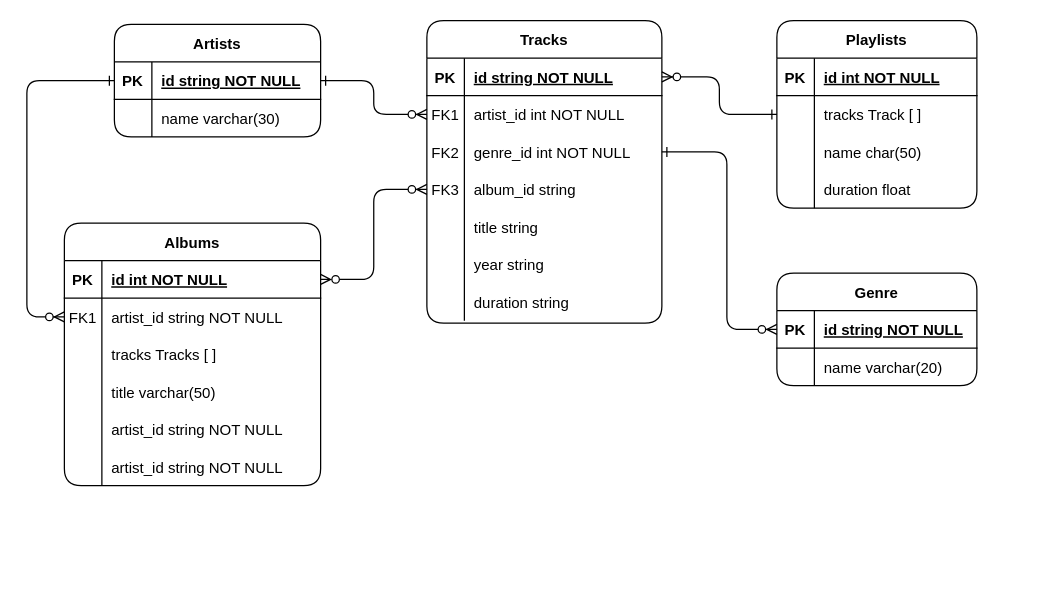
The draw.io diagram docs/erd.drawio in thuongtruong109/soundlib, before the edit. Source tidied: cells renumbered, new cells numbered last; positions are measured from the earlier drawing's top-left corner, leaving out a move shared by most shapes. Both pictures are drawn from the tidied source at 125%, with x=0, y=0 at pixel (26, 20).
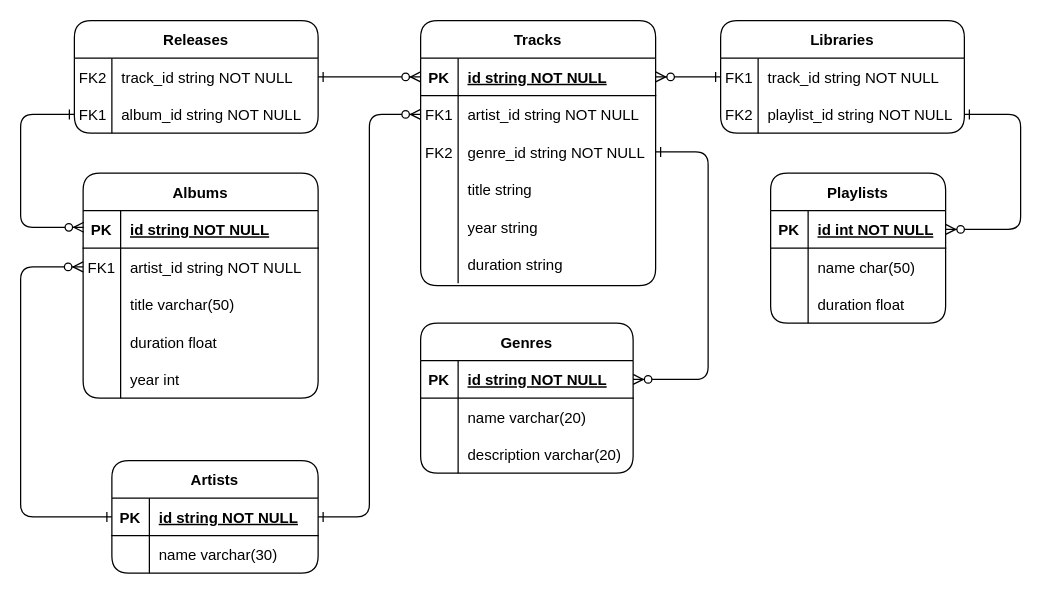
Above is the later version.

Commit message (it also covers changes not shown here):
feat: create genre & get genres

The change refers to these unchanged cells:
```xml
<mxCell id="5" style="shape=partialRectangle;fillColor=none;points=[[0,0.5],[1,0.5]];portConstraint=eastwest;top=0;left=0;right=0;bottom=1;" parent="4" vertex="1">
  <mxGeometry y="30" width="188" height="30" as="geometry" />
</mxCell>
<mxCell id="8" style="shape=partialRectangle;fillColor=none;points=[[0,0.5],[1,0.5]];portConstraint=eastwest;top=0;left=0;right=0;bottom=0;" parent="4" vertex="1">
  <mxGeometry y="60" width="188" height="30" as="geometry" />
</mxCell>
<mxCell id="11" style="shape=partialRectangle;fillColor=none;points=[[0,0.5],[1,0.5]];portConstraint=eastwest;top=0;left=0;right=0;bottom=0;" parent="4" vertex="1">
  <mxGeometry y="90" width="188" height="30" as="geometry" />
</mxCell>
<mxCell id="54" style="shape=partialRectangle;fillColor=none;points=[[0,0.5],[1,0.5]];portConstraint=eastwest;top=0;left=0;right=0;bottom=1;" parent="53" vertex="1">
  <mxGeometry y="30" width="165" height="30" as="geometry" />
</mxCell>
```

What changed in the source:
```diff
@@
-    <mxCell id="2" style="endArrow=ERzeroToMany;startArrow=ERzeroToMany;endFill=1;startFill=0;exitX=1;exitY=0.5;exitDx=0;exitDy=0;entryX=0;entryY=0.5;entryDx=0;entryDy=0;edgeStyle=orthogonalEdgeStyle;" parent="1" edge="1" source="34" target="14">
-      <mxGeometry relative="1" as="geometry" />
+    <mxCell id="2" style="endArrow=ERzeroToMany;startArrow=ERone;endFill=1;startFill=0;edgeStyle=orthogonalEdgeStyle;exitX=0;exitY=0.5;exitDx=0;exitDy=0;entryX=0.003;entryY=0.445;entryDx=0;entryDy=0;entryPerimeter=0;" parent="1" edge="1" source="96" target="34">
+      <mxGeometry relative="1" as="geometry">
+        <Array as="points">
+          <mxPoint x="-5" y="75" />
+          <mxPoint x="-5" y="165" />
+        </Array>
+      </mxGeometry>
     </mxCell>
-    <mxCell id="3" style="endArrow=ERzeroToMany;startArrow=ERone;endFill=1;startFill=0;entryX=0;entryY=0.5;entryDx=0;entryDy=0;exitX=1;exitY=0.5;exitDx=0;exitDy=0;edgeStyle=orthogonalEdgeStyle;" parent="1" edge="1" source="11" target="27">
+    <mxCell id="3" style="endArrow=ERzeroToMany;startArrow=ERone;endFill=1;startFill=0;entryX=1;entryY=0.5;entryDx=0;entryDy=0;exitX=1;exitY=0.5;exitDx=0;exitDy=0;edgeStyle=orthogonalEdgeStyle;" parent="1" edge="1" source="11" target="27">
       <mxGeometry relative="1" as="geometry">
         <Array as="points">
-          <mxPoint x="560" y="105" />
-          <mxPoint x="560" y="247" />
+          <mxPoint x="545" y="105" />
+          <mxPoint x="545" y="287" />
         </Array>
       </mxGeometry>
     </mxCell>
     <mxCell id="4" value="Tracks" style="shape=table;startSize=30;childLayout=tableLayout;rowLines=0;fontStyle=1;align=center;rounded=1;" parent="1" vertex="1">
-      <mxGeometry x="320" width="188" height="242" as="geometry" />
+      <mxGeometry x="315" width="188" height="212" as="geometry" />
     </mxCell>
@@
-    <mxCell id="10" value="artist_id int NOT NULL" style="shape=partialRectangle;overflow=hidden;fillColor=none;top=0;left=0;bottom=0;right=0;align=left;spacingLeft=6;" parent="8" vertex="1">
+    <mxCell id="10" value="artist_id string NOT NULL" style="shape=partialRectangle;overflow=hidden;fillColor=none;top=0;left=0;bottom=0;right=0;align=left;spacingLeft=6;" parent="8" vertex="1">
       <mxGeometry x="30" width="158" height="30" as="geometry" />
     </mxCell>
@@
-    <mxCell id="13" value="genre_id int NOT NULL" style="shape=partialRectangle;overflow=hidden;fillColor=none;top=0;left=0;bottom=0;right=0;align=left;spacingLeft=6;" parent="11" vertex="1">
+    <mxCell id="13" value="genre_id string NOT NULL" style="shape=partialRectangle;overflow=hidden;fillColor=none;top=0;left=0;bottom=0;right=0;align=left;spacingLeft=6;" parent="11" vertex="1">
       <mxGeometry x="30" width="158" height="30" as="geometry" />
     </mxCell>
-    <mxCell id="14" style="shape=partialRectangle;fillColor=none;points=[[0,0.5],[1,0.5]];portConstraint=eastwest;top=0;left=0;right=0;bottom=0;" parent="4" vertex="1">
-      <mxGeometry y="120" width="188" height="30" as="geometry" />
-    </mxCell>
-    <mxCell id="15" value="FK3" style="shape=partialRectangle;overflow=hidden;fillColor=none;top=0;left=0;bottom=0;right=0;" parent="14" vertex="1">
-      <mxGeometry width="30" height="30" as="geometry" />
-    </mxCell>
-    <mxCell id="16" value="album_id string" style="shape=partialRectangle;overflow=hidden;fillColor=none;top=0;left=0;bottom=0;right=0;align=left;spacingLeft=6;" parent="14" vertex="1">
-      <mxGeometry x="30" width="158" height="30" as="geometry" />
-    </mxCell>
     <mxCell id="17" style="shape=partialRectangle;fillColor=none;top=0;left=0;right=0;bottom=0;" parent="4" vertex="1">
-      <mxGeometry y="150" width="188" height="30" as="geometry" />
+      <mxGeometry y="120" width="188" height="30" as="geometry" />
     </mxCell>
@@
     <mxCell id="20" style="shape=partialRectangle;fillColor=none;top=0;left=0;right=0;bottom=0;" parent="4" vertex="1">
-      <mxGeometry y="180" width="188" height="30" as="geometry" />
+      <mxGeometry y="150" width="188" height="30" as="geometry" />
     </mxCell>
@@
     <mxCell id="23" style="shape=partialRectangle;fillColor=none;top=0;left=0;right=0;bottom=0;" parent="4" vertex="1">
-      <mxGeometry y="210" width="188" height="30" as="geometry" />
+      <mxGeometry y="180" width="188" height="30" as="geometry" />
     </mxCell>
@@
-    <mxCell id="26" value="Genre" style="shape=table;startSize=30;childLayout=tableLayout;rowLines=0;fontStyle=1;align=center;rounded=1;" parent="1" vertex="1">
-      <mxGeometry x="600" y="202" width="160" height="90" as="geometry" />
+    <mxCell id="26" value="Genres" style="shape=table;startSize=30;childLayout=tableLayout;rowLines=0;fontStyle=1;align=center;rounded=1;" parent="1" vertex="1">
+      <mxGeometry x="315" y="242" width="170" height="120" as="geometry" />
     </mxCell>
     <mxCell id="27" style="shape=partialRectangle;fillColor=none;points=[[0,0.5],[1,0.5]];portConstraint=eastwest;top=0;left=0;right=0;bottom=1;" parent="26" vertex="1">
-      <mxGeometry y="30" width="160" height="30" as="geometry" />
+      <mxGeometry y="30" width="170" height="30" as="geometry" />
     </mxCell>
@@
     <mxCell id="29" value="id string NOT NULL " style="shape=partialRectangle;overflow=hidden;fillColor=none;top=0;left=0;bottom=0;right=0;align=left;spacingLeft=6;fontStyle=5;" parent="27" vertex="1">
-      <mxGeometry x="30" width="130" height="30" as="geometry" />
+      <mxGeometry x="30" width="140" height="30" as="geometry" />
     </mxCell>
     <mxCell id="30" style="shape=partialRectangle;fillColor=none;top=0;left=0;right=0;bottom=0;" parent="26" vertex="1">
-      <mxGeometry y="60" width="160" height="30" as="geometry" />
+      <mxGeometry y="60" width="170" height="30" as="geometry" />
     </mxCell>
@@
     <mxCell id="32" value="name varchar(20)" style="shape=partialRectangle;overflow=hidden;fillColor=none;top=0;left=0;bottom=0;right=0;align=left;spacingLeft=6;" parent="30" vertex="1">
-      <mxGeometry x="30" width="130" height="30" as="geometry" />
+      <mxGeometry x="30" width="140" height="30" as="geometry" />
     </mxCell>
+    <mxCell id="75" style="shape=partialRectangle;fillColor=none;top=0;left=0;right=0;bottom=0;" parent="26" vertex="1">
+      <mxGeometry y="90" width="170" height="30" as="geometry" />
+    </mxCell>
+    <mxCell id="76" style="shape=partialRectangle;overflow=hidden;fillColor=none;top=0;left=0;bottom=0;right=0;" parent="75" vertex="1">
+      <mxGeometry width="30" height="30" as="geometry" />
+    </mxCell>
+    <mxCell id="77" value="description varchar(20)" style="shape=partialRectangle;overflow=hidden;fillColor=none;top=0;left=0;bottom=0;right=0;align=left;spacingLeft=6;" parent="75" vertex="1">
+      <mxGeometry x="30" width="140" height="30" as="geometry" />
+    </mxCell>
     <mxCell id="33" value="Albums" style="shape=table;startSize=30;childLayout=tableLayout;rowLines=0;fontStyle=1;align=center;rounded=1;shadow=0;" parent="1" vertex="1">
-      <mxGeometry x="30" y="162" width="205" height="210" as="geometry" />
+      <mxGeometry x="45" y="122" width="188" height="180" as="geometry" />
     </mxCell>
     <mxCell id="34" style="shape=partialRectangle;fillColor=none;points=[[0,0.5],[1,0.5]];portConstraint=eastwest;top=0;left=0;right=0;bottom=1;" parent="33" vertex="1">
-      <mxGeometry y="30" width="205" height="30" as="geometry" />
+      <mxGeometry y="30" width="188" height="30" as="geometry" />
     </mxCell>
@@
-    <mxCell id="36" value="id int NOT NULL " style="shape=partialRectangle;overflow=hidden;fillColor=none;top=0;left=0;bottom=0;right=0;align=left;spacingLeft=6;fontStyle=5;" parent="34" vertex="1">
-      <mxGeometry x="30" width="175" height="30" as="geometry" />
+    <mxCell id="36" value="id string NOT NULL " style="shape=partialRectangle;overflow=hidden;fillColor=none;top=0;left=0;bottom=0;right=0;align=left;spacingLeft=6;fontStyle=5;" parent="34" vertex="1">
+      <mxGeometry x="30" width="158" height="30" as="geometry" />
     </mxCell>
     <mxCell id="37" style="shape=partialRectangle;fillColor=none;points=[[0,0.5],[1,0.5]];portConstraint=eastwest;top=0;left=0;right=0;bottom=0;" parent="33" vertex="1">
-      <mxGeometry y="60" width="205" height="30" as="geometry" />
+      <mxGeometry y="60" width="188" height="30" as="geometry" />
     </mxCell>
@@
     <mxCell id="39" value="artist_id string NOT NULL" style="shape=partialRectangle;overflow=hidden;fillColor=none;top=0;left=0;bottom=0;right=0;align=left;spacingLeft=6;" parent="37" vertex="1">
-      <mxGeometry x="30" width="175" height="30" as="geometry" />
+      <mxGeometry x="30" width="158" height="30" as="geometry" />
     </mxCell>
-    <mxCell id="40" style="shape=partialRectangle;fillColor=none;top=0;left=0;right=0;bottom=0;" parent="33" vertex="1">
-      <mxGeometry y="90" width="205" height="30" as="geometry" />
-    </mxCell>
-    <mxCell id="41" style="shape=partialRectangle;overflow=hidden;fillColor=none;top=0;left=0;bottom=0;right=0;" parent="40" vertex="1">
-      <mxGeometry width="30" height="30" as="geometry" />
-    </mxCell>
-    <mxCell id="42" value="tracks Tracks [ ]" style="shape=partialRectangle;overflow=hidden;fillColor=none;top=0;left=0;bottom=0;right=0;align=left;spacingLeft=6;" parent="40" vertex="1">
-      <mxGeometry x="30" width="175" height="30" as="geometry" />
-    </mxCell>
-    <mxCell id="43" style="shape=partialRectangle;fillColor=none;top=0;left=0;right=0;bottom=0;" parent="33" vertex="1">
-      <mxGeometry y="120" width="205" height="30" as="geometry" />
-    </mxCell>
-    <mxCell id="44" style="shape=partialRectangle;overflow=hidden;fillColor=none;top=0;left=0;bottom=0;right=0;" parent="43" vertex="1">
-      <mxGeometry width="30" height="30" as="geometry" />
-    </mxCell>
+    <mxCell id="78" style="shape=partialRectangle;fillColor=none;top=0;left=0;right=0;bottom=0;" parent="33" vertex="1">
+      <mxGeometry y="90" width="188" height="30" as="geometry" />
+    </mxCell>
+    <mxCell id="79" style="shape=partialRectangle;overflow=hidden;fillColor=none;top=0;left=0;bottom=0;right=0;" parent="78" vertex="1">
+      <mxGeometry width="30" height="30" as="geometry" />
+    </mxCell>
-    <mxCell id="45" value="title varchar(50)" style="shape=partialRectangle;overflow=hidden;fillColor=none;top=0;left=0;bottom=0;right=0;align=left;spacingLeft=6;" parent="43" vertex="1">
-      <mxGeometry x="30" width="175" height="30" as="geometry" />
+    <mxCell id="45" value="title varchar(50)" style="shape=partialRectangle;overflow=hidden;fillColor=none;top=0;left=0;bottom=0;right=0;align=left;spacingLeft=6;" parent="78" vertex="1">
+      <mxGeometry x="30" width="158" height="30" as="geometry" />
     </mxCell>
-    <mxCell id="46" style="shape=partialRectangle;fillColor=none;top=0;left=0;right=0;bottom=0;" parent="33" vertex="1">
-      <mxGeometry y="150" width="205" height="30" as="geometry" />
-    </mxCell>
-    <mxCell id="47" style="shape=partialRectangle;overflow=hidden;fillColor=none;top=0;left=0;bottom=0;right=0;" parent="46" vertex="1">
-      <mxGeometry width="30" height="30" as="geometry" />
-    </mxCell>
-    <mxCell id="48" value="artist_id string NOT NULL" style="shape=partialRectangle;overflow=hidden;fillColor=none;top=0;left=0;bottom=0;right=0;align=left;spacingLeft=6;" parent="46" vertex="1">
-      <mxGeometry x="30" width="175" height="30" as="geometry" />
-    </mxCell>
-    <mxCell id="49" style="shape=partialRectangle;fillColor=none;top=0;left=0;right=0;bottom=0;" parent="33" vertex="1">
-      <mxGeometry y="180" width="205" height="30" as="geometry" />
-    </mxCell>
-    <mxCell id="50" style="shape=partialRectangle;overflow=hidden;fillColor=none;top=0;left=0;bottom=0;right=0;" parent="49" vertex="1">
-      <mxGeometry width="30" height="30" as="geometry" />
-    </mxCell>
-    <mxCell id="51" value="artist_id string NOT NULL" style="shape=partialRectangle;overflow=hidden;fillColor=none;top=0;left=0;bottom=0;right=0;align=left;spacingLeft=6;" parent="49" vertex="1">
-      <mxGeometry x="30" width="175" height="30" as="geometry" />
-    </mxCell>
+    <mxCell id="14" style="shape=partialRectangle;fillColor=none;points=[[0,0.5],[1,0.5]];portConstraint=eastwest;top=0;left=0;right=0;bottom=0;" parent="33" vertex="1">
+      <mxGeometry y="120" width="188" height="30" as="geometry" />
+    </mxCell>
+    <mxCell id="80" style="shape=partialRectangle;overflow=hidden;fillColor=none;top=0;left=0;bottom=0;right=0;" parent="14" vertex="1">
+      <mxGeometry width="30" height="30" as="geometry" />
+    </mxCell>
+    <mxCell id="81" value="duration float" style="shape=partialRectangle;overflow=hidden;fillColor=none;top=0;left=0;bottom=0;right=0;align=left;spacingLeft=6;" parent="14" vertex="1">
+      <mxGeometry x="30" width="158" height="30" as="geometry" />
+    </mxCell>
+    <mxCell id="82" style="shape=partialRectangle;fillColor=none;top=0;left=0;right=0;bottom=0;" parent="33" vertex="1">
+      <mxGeometry y="150" width="188" height="30" as="geometry" />
+    </mxCell>
+    <mxCell id="83" style="shape=partialRectangle;overflow=hidden;fillColor=none;top=0;left=0;bottom=0;right=0;" parent="82" vertex="1">
+      <mxGeometry width="30" height="30" as="geometry" />
+    </mxCell>
+    <mxCell id="84" value="year int" style="shape=partialRectangle;overflow=hidden;fillColor=none;top=0;left=0;bottom=0;right=0;align=left;spacingLeft=6;" parent="82" vertex="1">
+      <mxGeometry x="30" width="158" height="30" as="geometry" />
+    </mxCell>
-    <mxCell id="52" style="endArrow=ERzeroToMany;startArrow=ERone;endFill=1;startFill=0;entryX=0;entryY=0.5;entryDx=0;entryDy=0;edgeStyle=orthogonalEdgeStyle;exitX=0;exitY=0.5;exitDx=0;exitDy=0;" parent="1" edge="1" source="54" target="37">
+    <mxCell id="52" style="endArrow=ERzeroToMany;startArrow=ERone;endFill=1;startFill=0;edgeStyle=orthogonalEdgeStyle;exitX=0;exitY=0.5;exitDx=0;exitDy=0;entryX=0;entryY=0.5;entryDx=0;entryDy=0;" parent="1" edge="1" source="54" target="37">
       <mxGeometry relative="1" as="geometry">
         <Array as="points">
-          <mxPoint y="48" />
-          <mxPoint y="237" />
+          <mxPoint x="-5" y="397" />
+          <mxPoint x="-5" y="197" />
         </Array>
       </mxGeometry>
     </mxCell>
     <mxCell id="53" value="Artists" style="shape=table;startSize=30;childLayout=tableLayout;rowLines=0;fontStyle=1;align=center;rounded=1;" parent="1" vertex="1">
-      <mxGeometry x="70" y="3" width="165" height="90" as="geometry" />
+      <mxGeometry x="68" y="352" width="165" height="90" as="geometry" />
     </mxCell>
@@
-    <mxCell id="60" style="endArrow=ERzeroToMany;startArrow=ERone;endFill=1;startFill=0;exitX=0;exitY=0.5;exitDx=0;exitDy=0;edgeStyle=orthogonalEdgeStyle;entryX=1;entryY=0.5;entryDx=0;entryDy=0;" parent="1" edge="1" source="65" target="5">
+    <mxCell id="60" style="endArrow=ERzeroToMany;startArrow=ERone;endFill=1;startFill=0;exitX=0;exitY=0.5;exitDx=0;exitDy=0;edgeStyle=orthogonalEdgeStyle;entryX=1;entryY=0.5;entryDx=0;entryDy=0;" parent="1" edge="1" source="86" target="5">
       <mxGeometry relative="1" as="geometry" />
     </mxCell>
     <mxCell id="61" value="Playlists" style="shape=table;startSize=30;childLayout=tableLayout;rowLines=0;fontStyle=1;align=center;rounded=1;" parent="1" vertex="1">
-      <mxGeometry x="600" width="160" height="150" as="geometry" />
+      <mxGeometry x="595" y="122" width="140" height="120" as="geometry" />
     </mxCell>
     <mxCell id="62" style="shape=partialRectangle;fillColor=none;points=[[0,0.5],[1,0.5]];portConstraint=eastwest;top=0;left=0;right=0;bottom=1;" parent="61" vertex="1">
-      <mxGeometry y="30" width="160" height="30" as="geometry" />
+      <mxGeometry y="30" width="140" height="30" as="geometry" />
     </mxCell>
@@
     <mxCell id="64" value="id int NOT NULL " style="shape=partialRectangle;overflow=hidden;fillColor=none;top=0;left=0;bottom=0;right=0;align=left;spacingLeft=6;fontStyle=5;" parent="62" vertex="1">
-      <mxGeometry x="30" width="130" height="30" as="geometry" />
+      <mxGeometry x="30" width="110" height="30" as="geometry" />
     </mxCell>
-    <mxCell id="65" style="shape=partialRectangle;fillColor=none;points=[[0,0.5],[1,0.5]];portConstraint=eastwest;top=0;left=0;right=0;bottom=0;" parent="61" vertex="1">
-      <mxGeometry y="60" width="160" height="30" as="geometry" />
-    </mxCell>
-    <mxCell id="66" style="shape=partialRectangle;overflow=hidden;fillColor=none;top=0;left=0;bottom=0;right=0;" parent="65" vertex="1">
-      <mxGeometry width="30" height="30" as="geometry" />
-    </mxCell>
-    <mxCell id="67" value="tracks Track [ ]" style="shape=partialRectangle;overflow=hidden;fillColor=none;top=0;left=0;bottom=0;right=0;align=left;spacingLeft=6;" parent="65" vertex="1">
-      <mxGeometry x="30" width="130" height="30" as="geometry" />
-    </mxCell>
     <mxCell id="68" style="shape=partialRectangle;fillColor=none;top=0;left=0;right=0;bottom=0;" parent="61" vertex="1">
-      <mxGeometry y="90" width="160" height="30" as="geometry" />
+      <mxGeometry y="60" width="140" height="30" as="geometry" />
     </mxCell>
@@
     <mxCell id="70" value="name char(50)" style="shape=partialRectangle;overflow=hidden;fillColor=none;top=0;left=0;bottom=0;right=0;align=left;spacingLeft=6;" parent="68" vertex="1">
-      <mxGeometry x="30" width="130" height="30" as="geometry" />
+      <mxGeometry x="30" width="110" height="30" as="geometry" />
     </mxCell>
     <mxCell id="71" style="shape=partialRectangle;fillColor=none;top=0;left=0;right=0;bottom=0;" parent="61" vertex="1">
-      <mxGeometry y="120" width="160" height="30" as="geometry" />
+      <mxGeometry y="90" width="140" height="30" as="geometry" />
     </mxCell>
@@
     <mxCell id="73" value="duration float" style="shape=partialRectangle;overflow=hidden;fillColor=none;top=0;left=0;bottom=0;right=0;align=left;spacingLeft=6;" parent="71" vertex="1">
-      <mxGeometry x="30" width="130" height="30" as="geometry" />
+      <mxGeometry x="30" width="110" height="30" as="geometry" />
     </mxCell>
@@
+    <mxCell id="85" value="Libraries" style="shape=table;startSize=30;childLayout=tableLayout;rowLines=0;fontStyle=1;align=center;rounded=1;" parent="1" vertex="1">
+      <mxGeometry x="555" width="195" height="90" as="geometry" />
+    </mxCell>
+    <mxCell id="86" style="shape=partialRectangle;fillColor=none;points=[[0,0.5],[1,0.5]];portConstraint=eastwest;top=0;left=0;right=0;bottom=0;" parent="85" vertex="1">
+      <mxGeometry y="30" width="195" height="30" as="geometry" />
+    </mxCell>
+    <mxCell id="87" value="FK1" style="shape=partialRectangle;overflow=hidden;fillColor=none;top=0;left=0;bottom=0;right=0;" parent="86" vertex="1">
+      <mxGeometry width="30" height="30" as="geometry" />
+    </mxCell>
+    <mxCell id="88" value="track_id string NOT NULL" style="shape=partialRectangle;overflow=hidden;fillColor=none;top=0;left=0;bottom=0;right=0;align=left;spacingLeft=6;" parent="86" vertex="1">
+      <mxGeometry x="30" width="165" height="30" as="geometry" />
+    </mxCell>
+    <mxCell id="89" style="shape=partialRectangle;fillColor=none;points=[[0,0.5],[1,0.5]];portConstraint=eastwest;top=0;left=0;right=0;bottom=0;" parent="85" vertex="1">
+      <mxGeometry y="60" width="195" height="30" as="geometry" />
+    </mxCell>
+    <mxCell id="90" value="FK2" style="shape=partialRectangle;overflow=hidden;fillColor=none;top=0;left=0;bottom=0;right=0;" parent="89" vertex="1">
+      <mxGeometry width="30" height="30" as="geometry" />
+    </mxCell>
+    <mxCell id="91" value="playlist_id string NOT NULL" style="shape=partialRectangle;overflow=hidden;fillColor=none;top=0;left=0;bottom=0;right=0;align=left;spacingLeft=6;" parent="89" vertex="1">
+      <mxGeometry x="30" width="165" height="30" as="geometry" />
+    </mxCell>
+    <mxCell id="92" value="Releases" style="shape=table;startSize=30;childLayout=tableLayout;rowLines=0;fontStyle=1;align=center;rounded=1;" parent="1" vertex="1">
+      <mxGeometry x="38" width="195" height="90" as="geometry" />
+    </mxCell>
+    <mxCell id="93" style="shape=partialRectangle;fillColor=none;points=[[0,0.5],[1,0.5]];portConstraint=eastwest;top=0;left=0;right=0;bottom=0;" parent="92" vertex="1">
+      <mxGeometry y="30" width="195" height="30" as="geometry" />
+    </mxCell>
+    <mxCell id="94" value="FK2" style="shape=partialRectangle;overflow=hidden;fillColor=none;top=0;left=0;bottom=0;right=0;" parent="93" vertex="1">
+      <mxGeometry width="30" height="30" as="geometry" />
+    </mxCell>
+    <mxCell id="95" value="track_id string NOT NULL" style="shape=partialRectangle;overflow=hidden;fillColor=none;top=0;left=0;bottom=0;right=0;align=left;spacingLeft=6;" parent="93" vertex="1">
+      <mxGeometry x="30" width="165" height="30" as="geometry" />
+    </mxCell>
+    <mxCell id="96" style="shape=partialRectangle;fillColor=none;points=[[0,0.5],[1,0.5]];portConstraint=eastwest;top=0;left=0;right=0;bottom=0;" parent="92" vertex="1">
+      <mxGeometry y="60" width="195" height="30" as="geometry" />
+    </mxCell>
+    <mxCell id="97" value="FK1" style="shape=partialRectangle;overflow=hidden;fillColor=none;top=0;left=0;bottom=0;right=0;" parent="96" vertex="1">
+      <mxGeometry width="30" height="30" as="geometry" />
+    </mxCell>
+    <mxCell id="98" value="album_id string NOT NULL" style="shape=partialRectangle;overflow=hidden;fillColor=none;top=0;left=0;bottom=0;right=0;align=left;spacingLeft=6;" parent="96" vertex="1">
+      <mxGeometry x="30" width="165" height="30" as="geometry" />
+    </mxCell>
+    <mxCell id="99" style="endArrow=ERzeroToMany;startArrow=ERone;endFill=1;startFill=0;edgeStyle=orthogonalEdgeStyle;exitX=1;exitY=0.5;exitDx=0;exitDy=0;entryX=0;entryY=0.5;entryDx=0;entryDy=0;" parent="1" edge="1" source="93" target="5">
+      <mxGeometry relative="1" as="geometry" />
+    </mxCell>
+    <mxCell id="100" style="endArrow=ERzeroToMany;startArrow=ERone;endFill=1;startFill=0;entryX=1;entryY=0.5;entryDx=0;entryDy=0;edgeStyle=orthogonalEdgeStyle;exitX=1;exitY=0.5;exitDx=0;exitDy=0;" parent="1" edge="1" source="89" target="62">
+      <mxGeometry relative="1" as="geometry">
+        <Array as="points">
+          <mxPoint x="795" y="75" />
+          <mxPoint x="795" y="167" />
+        </Array>
+      </mxGeometry>
+    </mxCell>
```
